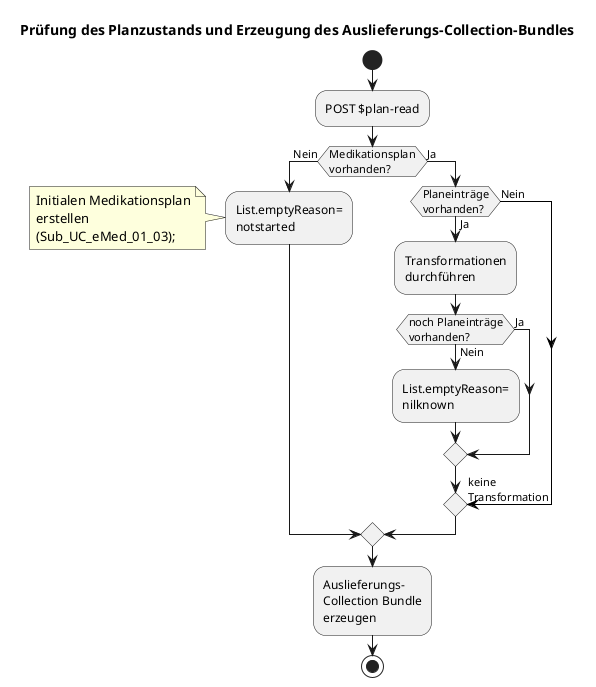
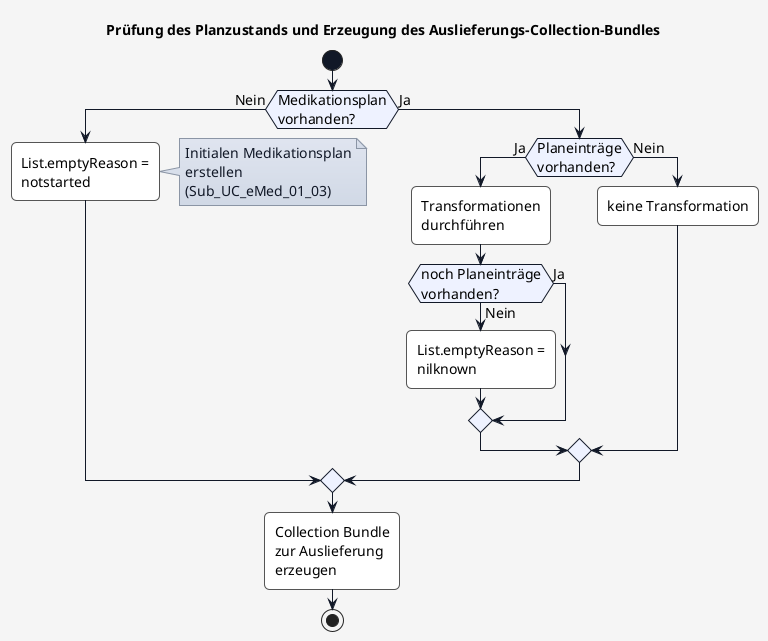
@startuml
title Prüfung des Planzustands und Erzeugung des Auslieferungs-Collection-Bundles

+ skinparam borderColor #000000
+ skinparam backgroundColor #f5f5f5
+ skinparam shadowing false
+ skinparam roundCorner 10
+ skinparam defaultFontName "Arial"
+ skinparam defaultFontSize 14
+ skinparam defaultFontColor #000000
+ skinparam HyperlinkColor #0000EE
+ skinparam HyperlinkUnderline false
+ skinparam BoxPadding 20
+ skinparam BoxBorderColor #555555
+ 
+ skinparam note {
+   BackgroundColor #e0e5f0-#d1d9e6
+   BorderColor #8b95a5
+   BorderThickness 1
+   RoundCorner 0
+   Padding 6
+   FontColor #111827
+   Shadowing false
+ }
+ 
+ skinparam activity {
+   BackgroundColor #ffffff
+   BorderColor #555555
+   BorderThickness 1
+   FontColor #000000
+   FontSize 14
+   DiamondBackgroundColor #eef2ff
+   DiamondBorderColor #111827
+   DiamondFontColor #000000
+   StartColor #111827
+   EndColor #111827
+   ArrowColor #111827
+   ArrowThickness 1
+ }
+ 
start
- 
- :POST $plan-read;

if (Medikationsplan\nvorhanden?) then (Nein)

-   :List.emptyReason=\nnotstarted;
-   note
-   Initialen Medikationsplan
-   erstellen
-   (Sub_UC_eMed_01_03);
+   :List.emptyReason =\nnotstarted;
+ 
+   note right
+     Initialen Medikationsplan
+     erstellen
+     (Sub_UC_eMed_01_03)
  end note

else (Ja)

  if (Planeinträge\nvorhanden?) then (Ja)

    :Transformationen\ndurchführen;

    if (noch Planeinträge\nvorhanden?) then (Ja)
+ 
    else (Nein)
-       :List.emptyReason=\nnilknown;
+ 
+       :List.emptyReason =\nnilknown;
+ 
    endif

  else (Nein)
-     -[#black]-> keine\nTransformation;
+ 
+     :keine Transformation;
+ 
  endif

endif

- :Auslieferungs-\nCollection Bundle\nerzeugen;
+ :Collection Bundle\nzur Auslieferung\nerzeugen;

stop

@enduml